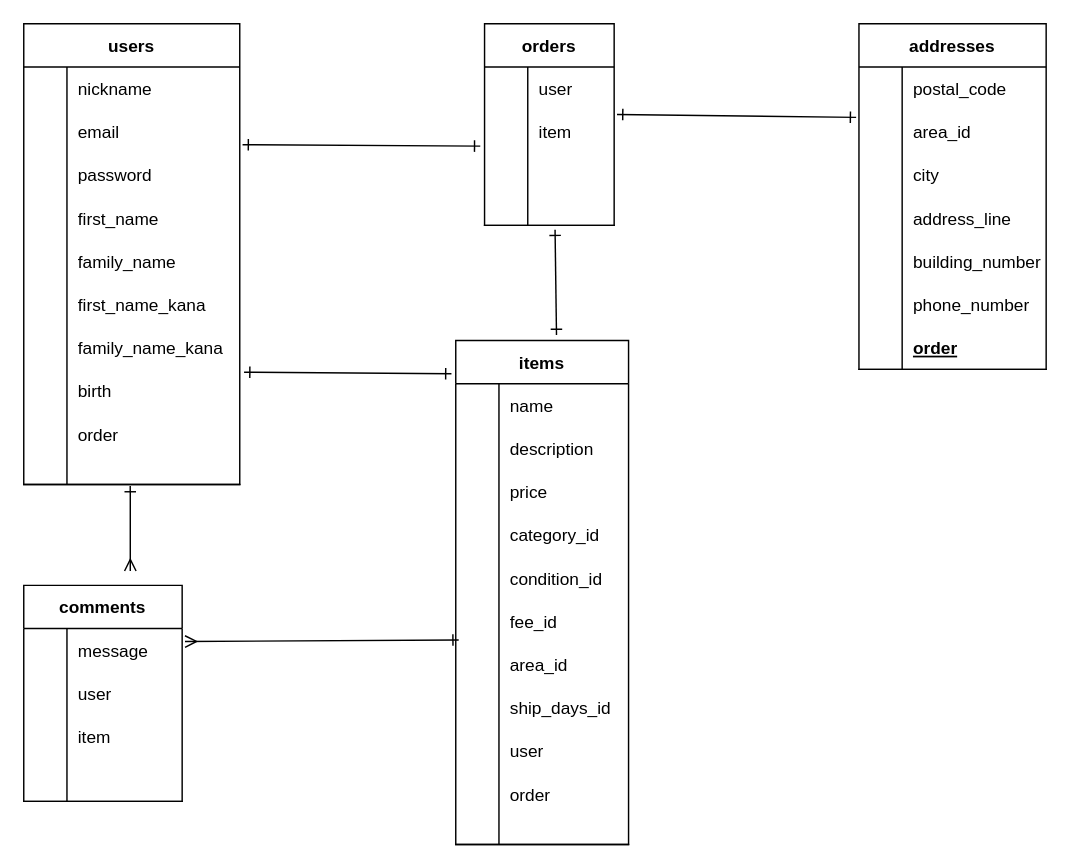
The draw.io diagram furima.dio in 14tk/furima-37381-2, before the edit. Source tidied: cells renumbered, new cells numbered last; positions are measured from the earlier drawing's top-left corner, leaving out a move shared by most shapes. Both pictures are drawn from the tidied source at 144%, with x=0, y=0 at pixel (23, 23).
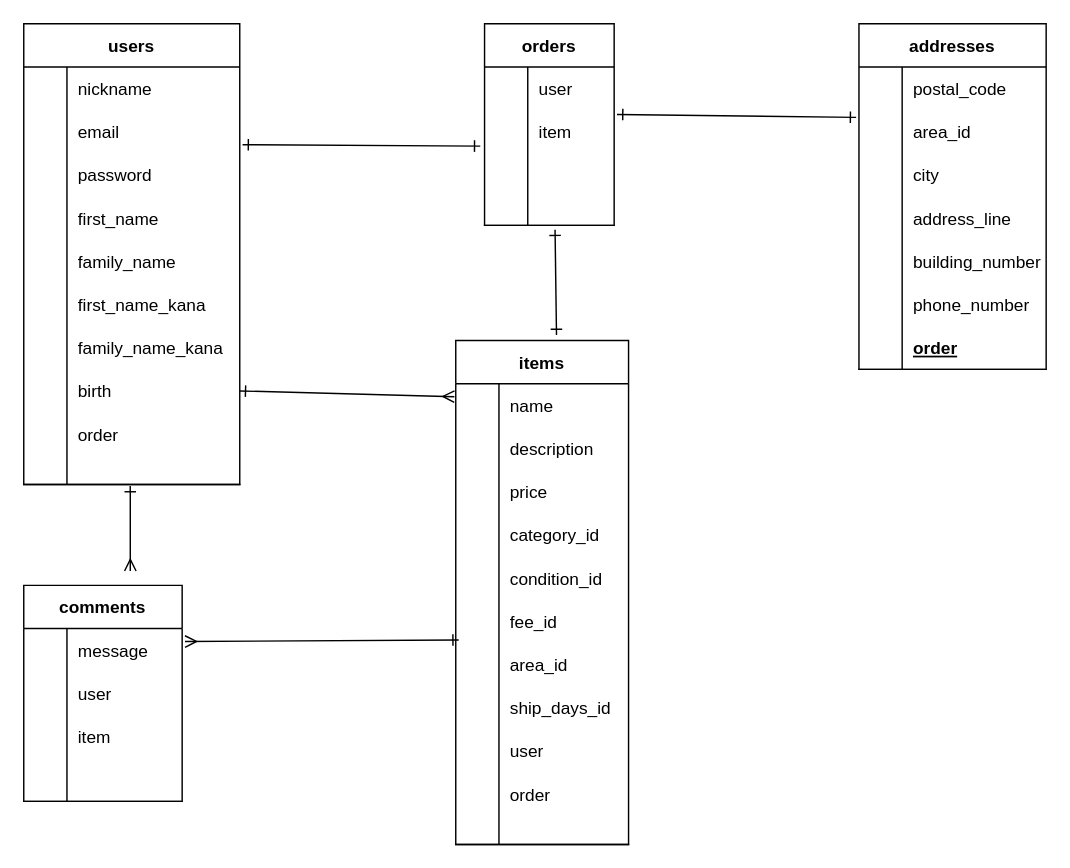
After the change.

Unchanged cells that the change refers to:
```xml
<mxCell id="26" style="shape=partialRectangle;fillColor=none;top=0;left=0;bottom=0;right=0;points=[[0,0.5],[1,0.5]];portConstraint=eastwest;" parent="4" vertex="1">
  <mxGeometry y="240" width="150" height="30" as="geometry" />
</mxCell>
<mxCell id="35" value="items" style="shape=table;startSize=30;childLayout=tableLayout;rowLines=0;fontStyle=1;align=center;" parent="1" vertex="1">
  <mxGeometry x="300" y="220" width="120" height="350" as="geometry" />
</mxCell>
<mxCell id="36" style="shape=partialRectangle;fillColor=none;top=0;left=0;bottom=0;right=0;points=[[0,0.5],[1,0.5]];portConstraint=eastwest;" parent="35" vertex="1">
  <mxGeometry y="30" width="120" height="30" as="geometry" />
</mxCell>
```

The edit, as a diff of the source:
```diff
@@
-    <mxCell id="121" style="html=1;startArrow=ERone;startFill=0;endArrow=ERone;endFill=0;exitX=1.02;exitY=0.067;exitDx=0;exitDy=0;exitPerimeter=0;entryX=-0.025;entryY=0.066;entryDx=0;entryDy=0;entryPerimeter=0;" parent="1" edge="1" source="26" target="35">
-      <mxGeometry relative="1" as="geometry" />
-    </mxCell>
@@
+    <mxCell id="123" style="html=1;exitX=1;exitY=0.5;exitDx=0;exitDy=0;startArrow=ERone;startFill=0;endArrow=ERmany;endFill=0;entryX=-0.008;entryY=0.3;entryDx=0;entryDy=0;entryPerimeter=0;" parent="1" edge="1" source="26" target="36">
+      <mxGeometry relative="1" as="geometry" />
+    </mxCell>
```
